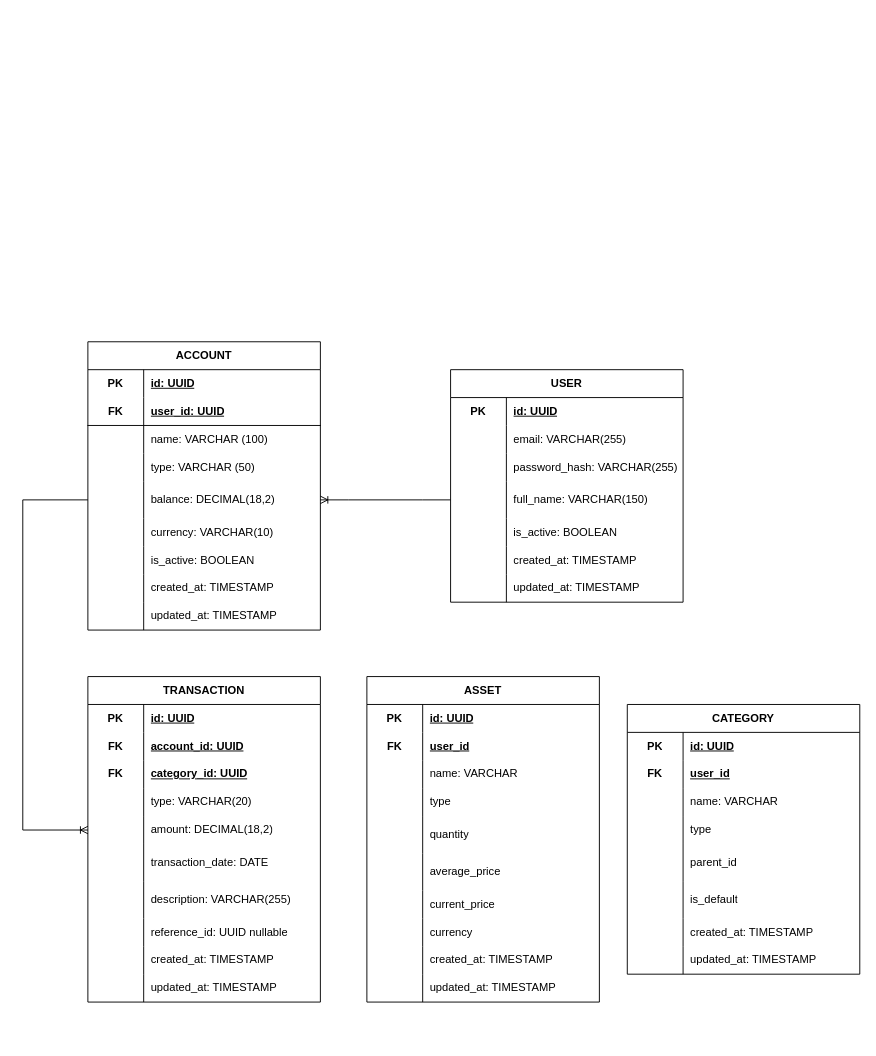
Before: Untitled Diagram.drawio in lntrTin0212/selfi, a draw.io diagram. Source tidied: cells renumbered, new cells numbered last; positions are measured from the earlier drawing's top-left corner, leaving out a move shared by most shapes. Both pictures are drawn from the tidied source at 93%, with x=0, y=0 at pixel (22, 341).
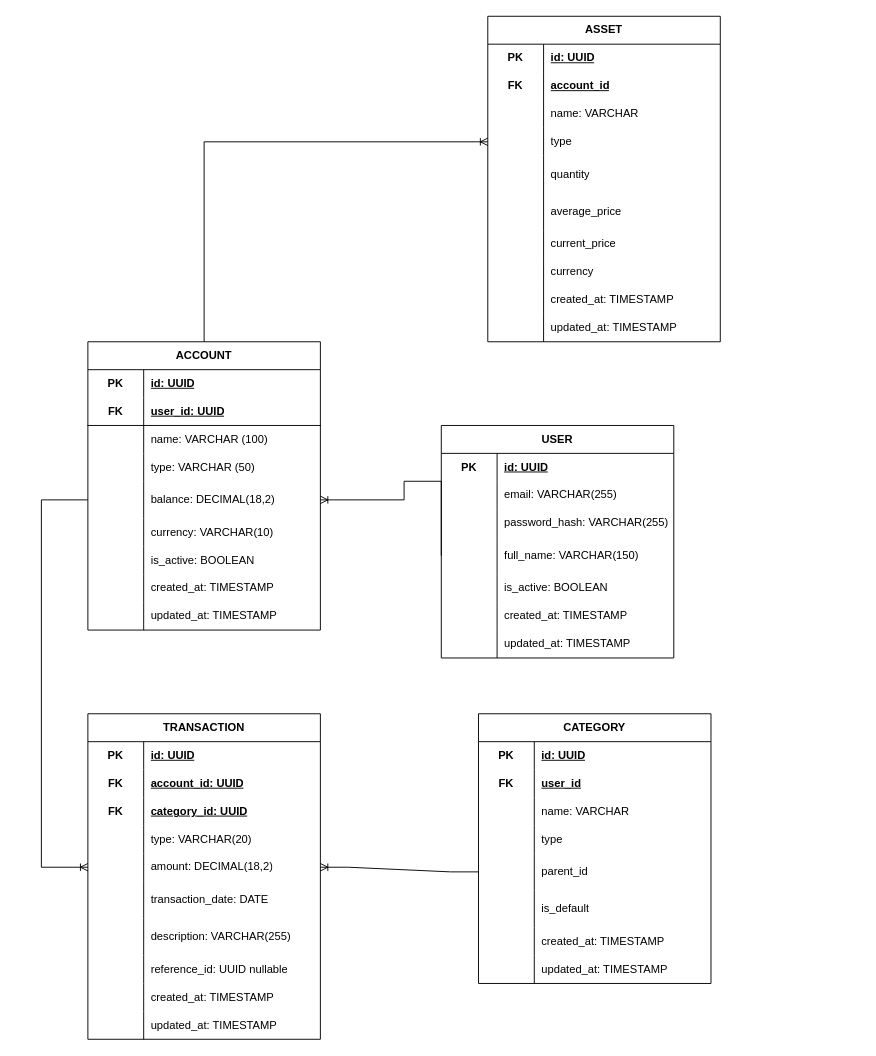
The same diagram, later.

The change refers to these unchanged cells:
```xml
<mxCell id="2" value="ACCOUNT" style="shape=table;startSize=30;childLayout=tableLayout;rowLines=0;fontStyle=1;align=center;html=1;whiteSpace=wrap;" parent="1" vertex="1">
  <mxGeometry x="70" width="250" height="310" as="geometry" />
</mxCell>
<mxCell id="15" style="shape=tableRow;horizontal=0;startSize=0;swimlaneHead=0;swimlaneBody=0;fillColor=none;points=[[0,0.5],[1,0.5]];portConstraint=eastwest;top=0;left=0;right=0;bottom=0;html=1;" parent="2" vertex="1">
  <mxGeometry y="150" width="250" height="40" as="geometry" />
</mxCell>
<mxCell id="40" style="shape=tableRow;horizontal=0;startSize=0;swimlaneHead=0;swimlaneBody=0;fillColor=none;points=[[0,0.5],[1,0.5]];portConstraint=eastwest;top=0;left=0;right=0;bottom=0;html=1;" parent="30" vertex="1">
  <mxGeometry y="120" width="250" height="40" as="geometry" />
</mxCell>
<mxCell id="65" style="shape=tableRow;horizontal=0;startSize=0;swimlaneHead=0;swimlaneBody=0;fillColor=none;points=[[0,0.5],[1,0.5]];portConstraint=eastwest;top=0;left=0;right=0;bottom=0;html=1;" parent="52" vertex="1">
  <mxGeometry y="150" width="250" height="30" as="geometry" />
</mxCell>
<mxCell id="89" style="shape=tableRow;horizontal=0;startSize=0;swimlaneHead=0;swimlaneBody=0;fillColor=none;top=0;left=0;right=0;bottom=0;html=1;" parent="85" vertex="1">
  <mxGeometry y="60" width="250" height="30" as="geometry" />
</mxCell>
<mxCell id="95" style="shape=tableRow;horizontal=0;startSize=0;swimlaneHead=0;swimlaneBody=0;fillColor=none;points=[[0,0.5],[1,0.5]];portConstraint=eastwest;top=0;left=0;right=0;bottom=0;html=1;" parent="85" vertex="1">
  <mxGeometry y="120" width="250" height="30" as="geometry" />
</mxCell>
<mxCell id="129" style="shape=tableRow;horizontal=0;startSize=0;swimlaneHead=0;swimlaneBody=0;fillColor=none;points=[[0,0.5],[1,0.5]];portConstraint=eastwest;top=0;left=0;right=0;bottom=0;html=1;" parent="116" vertex="1">
  <mxGeometry y="150" width="250" height="40" as="geometry" />
</mxCell>
```

Change to the diagram source:
```diff
@@
     <mxCell id="30" value="USER" style="shape=table;startSize=30;childLayout=tableLayout;rowLines=0;fontStyle=1;align=center;html=1;whiteSpace=wrap;" parent="1" vertex="1">
-      <mxGeometry x="460" y="30" width="250" height="250" as="geometry" />
+      <mxGeometry x="450" y="90" width="250" height="250" as="geometry" />
     </mxCell>
@@
     <mxCell id="52" value="TRANSACTION" style="shape=table;startSize=30;childLayout=tableLayout;rowLines=0;fontStyle=1;align=center;html=1;whiteSpace=wrap;" parent="1" vertex="1">
-      <mxGeometry x="70" y="360" width="250" height="350" as="geometry" />
+      <mxGeometry x="70" y="400" width="250" height="350" as="geometry" />
     </mxCell>
@@
-    <mxCell id="83" style="edgeStyle=entityRelationEdgeStyle;fontSize=12;html=1;endArrow=ERoneToMany;rounded=0;entryX=1;entryY=0.5;entryDx=0;entryDy=0;exitX=0;exitY=0.5;exitDx=0;exitDy=0;" parent="1" edge="1" source="40" target="15">
-      <mxGeometry relative="1" as="geometry" />
+    <mxCell id="83" style="edgeStyle=orthogonalEdgeStyle;fontSize=12;html=1;endArrow=ERoneToMany;rounded=0;entryX=1;entryY=0.5;entryDx=0;entryDy=0;exitX=0;exitY=0.5;exitDx=0;exitDy=0;" parent="1" edge="1" source="40" target="15">
+      <mxGeometry relative="1" as="geometry">
+        <Array as="points">
+          <mxPoint x="410" y="150" />
+          <mxPoint x="410" y="170" />
+        </Array>
+      </mxGeometry>
     </mxCell>
     <mxCell id="84" style="edgeStyle=orthogonalEdgeStyle;fontSize=12;html=1;endArrow=ERoneToMany;rounded=0;exitX=0;exitY=0.5;exitDx=0;exitDy=0;entryX=0;entryY=0.5;entryDx=0;entryDy=0;" parent="1" edge="1" source="15" target="65">
       <mxGeometry relative="1" as="geometry">
         <Array as="points">
-          <mxPoint y="170" />
-          <mxPoint y="525" />
+          <mxPoint x="20" y="170" />
+          <mxPoint x="20" y="565" />
         </Array>
       </mxGeometry>
     </mxCell>
     <mxCell id="85" value="ASSET" style="shape=table;startSize=30;childLayout=tableLayout;rowLines=0;fontStyle=1;align=center;html=1;whiteSpace=wrap;" parent="1" vertex="1">
-      <mxGeometry x="370" y="360" width="250" height="350" as="geometry" />
+      <mxGeometry x="500" y="-350" width="250" height="350" as="geometry" />
     </mxCell>
@@
-    <mxCell id="91" value="user_id" style="shape=partialRectangle;fillColor=none;top=0;left=0;bottom=0;right=0;align=left;spacingLeft=6;fontStyle=5;overflow=hidden;html=1;whiteSpace=wrap;" parent="89" vertex="1">
+    <mxCell id="91" value="account_id" style="shape=partialRectangle;fillColor=none;top=0;left=0;bottom=0;right=0;align=left;spacingLeft=6;fontStyle=5;overflow=hidden;html=1;whiteSpace=wrap;" parent="89" vertex="1">
       <mxGeometry x="60" width="190" height="30" as="geometry" />
     </mxCell>
@@
     <mxCell id="116" value="CATEGORY" style="shape=table;startSize=30;childLayout=tableLayout;rowLines=0;fontStyle=1;align=center;html=1;whiteSpace=wrap;" parent="1" vertex="1">
-      <mxGeometry x="650" y="390" width="250" height="290" as="geometry" />
+      <mxGeometry x="490" y="400" width="250" height="290" as="geometry" />
     </mxCell>
@@
+    <mxCell id="141" style="edgeStyle=entityRelationEdgeStyle;fontSize=12;html=1;endArrow=ERoneToMany;rounded=0;exitX=0;exitY=0.5;exitDx=0;exitDy=0;entryX=1;entryY=0.5;entryDx=0;entryDy=0;" parent="1" edge="1" source="129" target="65">
+      <mxGeometry relative="1" as="geometry" />
+    </mxCell>
+    <mxCell id="142" style="edgeStyle=orthogonalEdgeStyle;fontSize=12;html=1;endArrow=ERoneToMany;rounded=0;exitX=0.5;exitY=0;exitDx=0;exitDy=0;entryX=0;entryY=0.5;entryDx=0;entryDy=0;" parent="1" edge="1" source="2" target="95">
+      <mxGeometry relative="1" as="geometry" />
+    </mxCell>
```
